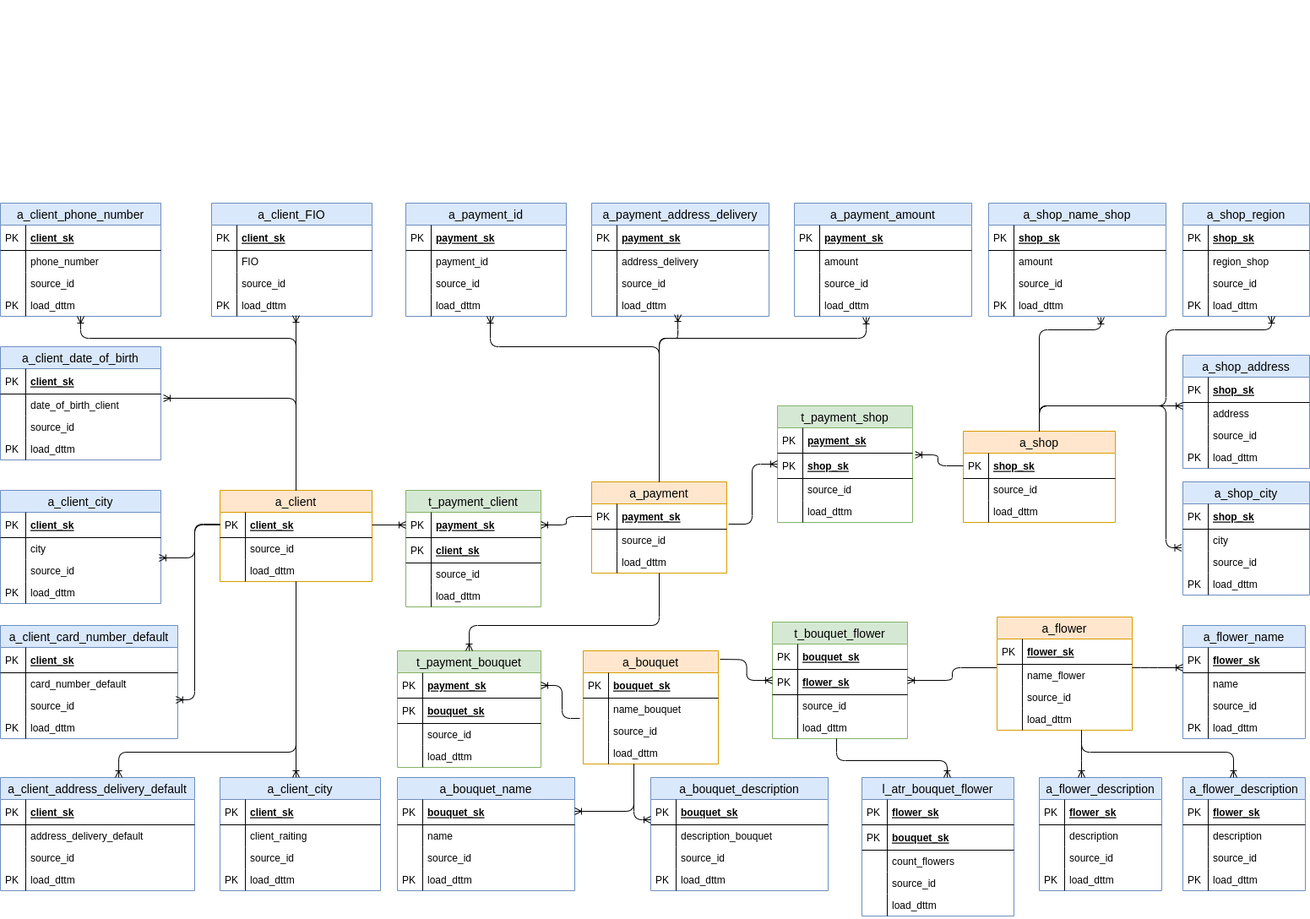
Before: доставка цветов-Anchor modeling.drawio.png, a diagram exported from draw.io (PPPirogov/Karpov_course). Source tidied: cells renumbered, new cells last; positions are measured from the earlier drawing's top-left corner, leaving out a move shared by most shapes.
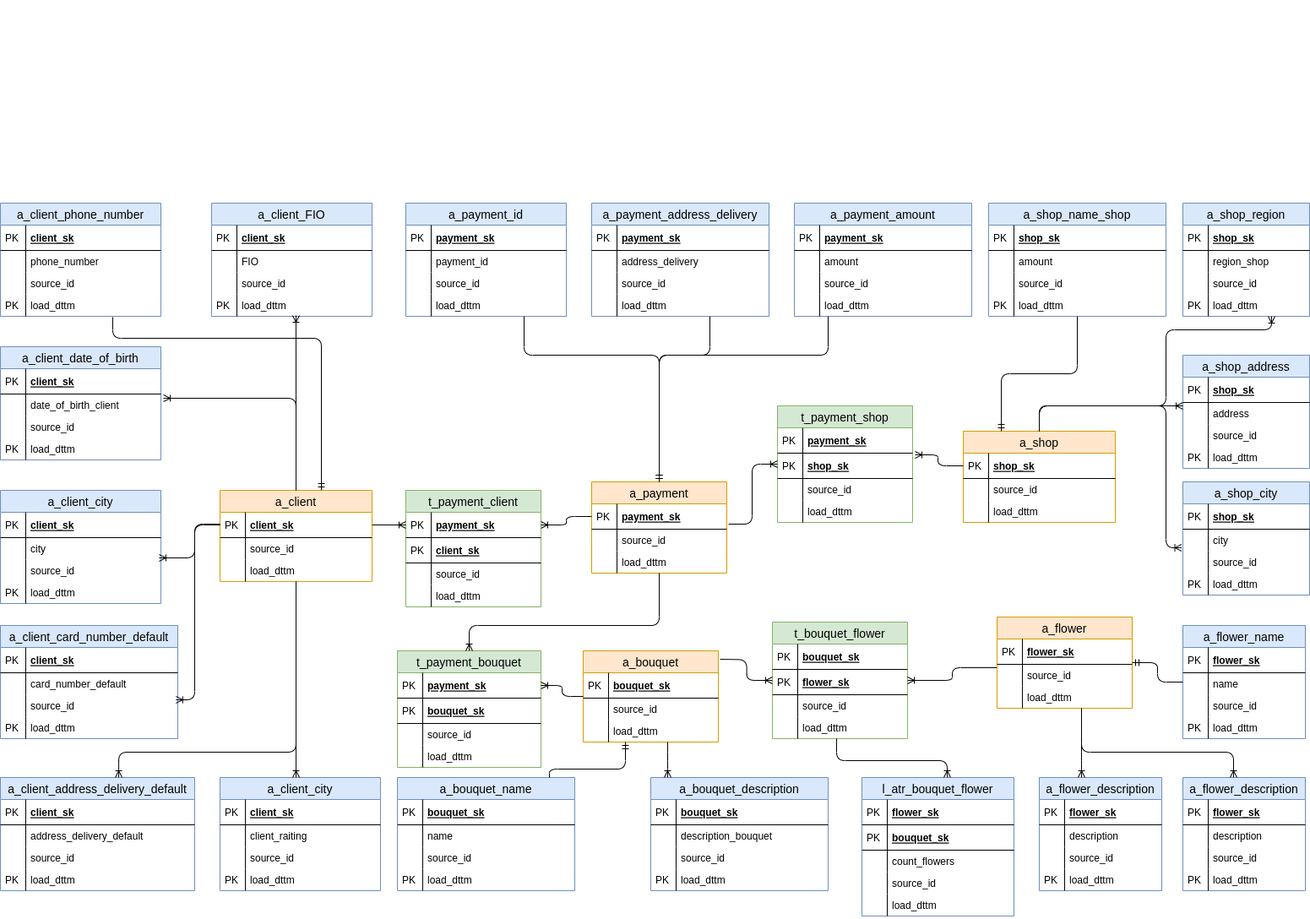
Later version of the same file.

What changed in the source:
```diff
@@ -222,14 +222,6 @@
         </Array>
       </mxGeometry>
     </mxCell>
-    <mxCell id="74" style="edgeStyle=orthogonalEdgeStyle;fontSize=12;html=1;endArrow=ERoneToMany;elbow=vertical;exitX=0.5;exitY=0;exitDx=0;exitDy=0;" parent="1" edge="1" source="2" target="16">
-      <mxGeometry relative="1" as="geometry">
-        <Array as="points">
-          <mxPoint x="350" y="400" />
-          <mxPoint x="95" y="400" />
-        </Array>
-      </mxGeometry>
-    </mxCell>
     <mxCell id="75" style="fontSize=12;html=1;endArrow=ERoneToMany;elbow=vertical;entryX=0.989;entryY=0.923;entryDx=0;entryDy=0;entryPerimeter=0;exitX=0;exitY=0.5;exitDx=0;exitDy=0;edgeStyle=orthogonalEdgeStyle;" parent="1" edge="1" source="3" target="39">
       <mxGeometry relative="1" as="geometry">
         <Array as="points">
@@ -341,14 +333,6 @@
     <mxCell id="105" style="shape=partialRectangle;top=0;left=0;bottom=0;fillColor=none;align=left;verticalAlign=top;spacingLeft=4;spacingRight=4;overflow=hidden;fontSize=12;" parent="104" vertex="1">
       <mxGeometry width="30" height="26" as="geometry" />
     </mxCell>
-    <mxCell id="106" style="fontSize=12;html=1;endArrow=ERoneToMany;elbow=vertical;edgeStyle=orthogonalEdgeStyle;" parent="1" edge="1" source="88" target="97">
-      <mxGeometry relative="1" as="geometry">
-        <Array as="points">
-          <mxPoint x="780" y="410" />
-          <mxPoint x="580" y="410" />
-        </Array>
-      </mxGeometry>
-    </mxCell>
     <mxCell id="107" value="a_payment_address_delivery" style="swimlane;fontStyle=0;horizontal=1;startSize=26;fillColor=#dae8fc;swimlaneFillColor=#ffffff;align=center;fontSize=14;strokeColor=#6c8ebf;" parent="1" vertex="1">
       <mxGeometry x="700" y="240" width="210" height="134" as="geometry" />
     </mxCell>
@@ -376,14 +360,6 @@
     <mxCell id="115" style="shape=partialRectangle;top=0;left=0;bottom=0;fillColor=none;align=left;verticalAlign=top;spacingLeft=4;spacingRight=4;overflow=hidden;fontSize=12;" parent="114" vertex="1">
       <mxGeometry width="30" height="26" as="geometry" />
     </mxCell>
-    <mxCell id="116" style="fontSize=12;html=1;endArrow=ERoneToMany;elbow=vertical;entryX=0.486;entryY=0.923;entryDx=0;entryDy=0;entryPerimeter=0;exitX=0.5;exitY=0;exitDx=0;exitDy=0;edgeStyle=orthogonalEdgeStyle;" parent="1" edge="1" source="88" target="114">
-      <mxGeometry relative="1" as="geometry">
-        <Array as="points">
-          <mxPoint x="795" y="400" />
-          <mxPoint x="842" y="400" />
-        </Array>
-      </mxGeometry>
-    </mxCell>
     <mxCell id="117" value="a_payment_amount" style="swimlane;fontStyle=0;horizontal=1;startSize=26;fillColor=#dae8fc;swimlaneFillColor=#ffffff;align=center;fontSize=14;strokeColor=#6c8ebf;" parent="1" vertex="1">
       <mxGeometry x="940" y="240" width="210" height="134" as="geometry" />
     </mxCell>
@@ -411,14 +387,6 @@
     <mxCell id="125" style="shape=partialRectangle;top=0;left=0;bottom=0;fillColor=none;align=left;verticalAlign=top;spacingLeft=4;spacingRight=4;overflow=hidden;fontSize=12;" parent="124" vertex="1">
       <mxGeometry width="30" height="26" as="geometry" />
     </mxCell>
-    <mxCell id="126" style="fontSize=12;html=1;endArrow=ERoneToMany;elbow=vertical;entryX=0.405;entryY=1.038;entryDx=0;entryDy=0;exitX=0.5;exitY=0;exitDx=0;exitDy=0;edgeStyle=orthogonalEdgeStyle;entryPerimeter=0;" parent="1" edge="1" source="88" target="124">
-      <mxGeometry relative="1" as="geometry">
-        <Array as="points">
-          <mxPoint x="780" y="400" />
-          <mxPoint x="1025" y="400" />
-        </Array>
-      </mxGeometry>
-    </mxCell>
     <mxCell id="127" value="t_payment_shop" style="swimlane;fontStyle=0;horizontal=1;startSize=26;fillColor=#d5e8d4;swimlaneFillColor=#ffffff;align=center;fontSize=14;strokeColor=#82b366;" parent="1" vertex="1">
       <mxGeometry x="920" y="480" width="160" height="138" as="geometry" />
     </mxCell>
@@ -500,14 +468,6 @@
     <mxCell id="153" value="PK" style="shape=partialRectangle;top=0;left=0;bottom=0;fillColor=none;align=left;verticalAlign=top;spacingLeft=4;spacingRight=4;overflow=hidden;fontSize=12;" parent="152" vertex="1">
       <mxGeometry width="30" height="26" as="geometry" />
     </mxCell>
-    <mxCell id="154" style="fontSize=12;html=1;endArrow=ERoneToMany;elbow=vertical;edgeStyle=orthogonalEdgeStyle;entryX=0.633;entryY=1.038;entryDx=0;entryDy=0;entryPerimeter=0;" parent="1" edge="1" source="136" target="152">
-      <mxGeometry relative="1" as="geometry">
-        <Array as="points">
-          <mxPoint x="1230" y="390" />
-          <mxPoint x="1303" y="390" />
-        </Array>
-      </mxGeometry>
-    </mxCell>
     <mxCell id="155" value="a_shop_region" style="swimlane;fontStyle=0;horizontal=1;startSize=26;fillColor=#dae8fc;swimlaneFillColor=#ffffff;align=center;fontSize=14;strokeColor=#6c8ebf;" parent="1" vertex="1">
       <mxGeometry x="1400" y="240" width="150" height="134" as="geometry" />
     </mxCell>
@@ -607,7 +567,7 @@
       </mxGeometry>
     </mxCell>
     <mxCell id="184" value="a_bouquet" style="swimlane;fontStyle=0;horizontal=1;startSize=26;fillColor=#ffe6cc;swimlaneFillColor=#ffffff;align=center;fontSize=14;strokeColor=#d79b00;" parent="1" vertex="1">
-      <mxGeometry x="690" y="770" width="160" height="134" as="geometry" />
+      <mxGeometry x="690" y="770" width="160" height="108" as="geometry" />
     </mxCell>
     <mxCell id="185" value="bouquet_sk" style="shape=partialRectangle;top=0;left=0;right=0;bottom=1;align=left;verticalAlign=middle;fillColor=none;spacingLeft=34;spacingRight=4;overflow=hidden;fontStyle=5;fontSize=12;" parent="184" vertex="1">
       <mxGeometry y="26" width="160" height="30" as="geometry" />
@@ -615,20 +575,14 @@
     <mxCell id="186" value="PK" style="shape=partialRectangle;top=0;left=0;bottom=0;fillColor=none;align=left;verticalAlign=middle;spacingLeft=4;spacingRight=4;overflow=hidden;fontSize=12;" parent="185" vertex="1">
       <mxGeometry width="30" height="30" as="geometry" />
     </mxCell>
-    <mxCell id="187" value="name_bouquet" style="shape=partialRectangle;top=0;left=0;right=0;bottom=0;align=left;verticalAlign=top;fillColor=none;spacingLeft=34;spacingRight=4;overflow=hidden;points=[[0,0.5],[1,0.5]];portConstraint=eastwest;fontSize=12;" parent="184" vertex="1">
-      <mxGeometry y="56" width="160" height="26" as="geometry" />
-    </mxCell>
-    <mxCell id="188" style="shape=partialRectangle;top=0;left=0;bottom=0;fillColor=none;align=left;verticalAlign=top;spacingLeft=4;spacingRight=4;overflow=hidden;fontSize=12;" parent="187" vertex="1">
-      <mxGeometry width="30" height="26" as="geometry" />
-    </mxCell>
     <mxCell id="189" value="source_id" style="shape=partialRectangle;top=0;left=0;right=0;bottom=0;align=left;verticalAlign=top;fillColor=none;spacingLeft=34;spacingRight=4;overflow=hidden;fontSize=12;" parent="184" vertex="1">
-      <mxGeometry y="82" width="160" height="26" as="geometry" />
+      <mxGeometry y="56" width="160" height="26" as="geometry" />
     </mxCell>
     <mxCell id="190" style="shape=partialRectangle;top=0;left=0;bottom=0;fillColor=none;align=left;verticalAlign=top;spacingLeft=4;spacingRight=4;overflow=hidden;fontSize=12;" parent="189" vertex="1">
       <mxGeometry width="30" height="26" as="geometry" />
     </mxCell>
     <mxCell id="191" value="load_dttm" style="shape=partialRectangle;top=0;left=0;right=0;bottom=0;align=left;verticalAlign=top;fillColor=none;spacingLeft=34;spacingRight=4;overflow=hidden;fontSize=12;" parent="184" vertex="1">
-      <mxGeometry y="108" width="160" height="26" as="geometry" />
+      <mxGeometry y="82" width="160" height="26" as="geometry" />
     </mxCell>
     <mxCell id="192" style="shape=partialRectangle;top=0;left=0;bottom=0;fillColor=none;align=left;verticalAlign=top;spacingLeft=4;spacingRight=4;overflow=hidden;fontSize=12;" parent="191" vertex="1">
       <mxGeometry width="30" height="26" as="geometry" />
@@ -668,7 +622,7 @@
         </Array>
       </mxGeometry>
     </mxCell>
-    <mxCell id="203" style="edgeStyle=orthogonalEdgeStyle;fontSize=12;html=1;endArrow=ERoneToMany;elbow=vertical;exitX=-0.025;exitY=0.923;exitDx=0;exitDy=0;exitPerimeter=0;" parent="1" edge="1" source="187" target="194">
+    <mxCell id="203" style="edgeStyle=orthogonalEdgeStyle;fontSize=12;html=1;endArrow=ERoneToMany;elbow=vertical;" parent="1" edge="1" source="184" target="194">
       <mxGeometry relative="1" as="geometry" />
     </mxCell>
     <mxCell id="204" value="a_bouquet_name" style="swimlane;fontStyle=0;horizontal=1;startSize=26;fillColor=#dae8fc;swimlaneFillColor=#ffffff;align=center;fontSize=14;strokeColor=#6c8ebf;" parent="1" vertex="1">
@@ -698,13 +652,6 @@
     <mxCell id="212" value="PK" style="shape=partialRectangle;top=0;left=0;bottom=0;fillColor=none;align=left;verticalAlign=top;spacingLeft=4;spacingRight=4;overflow=hidden;fontSize=12;" parent="211" vertex="1">
       <mxGeometry width="30" height="26" as="geometry" />
     </mxCell>
-    <mxCell id="213" style="edgeStyle=orthogonalEdgeStyle;fontSize=12;html=1;endArrow=ERoneToMany;elbow=vertical;" parent="1" edge="1" source="184" target="204">
-      <mxGeometry relative="1" as="geometry">
-        <Array as="points">
-          <mxPoint x="750" y="960" />
-        </Array>
-      </mxGeometry>
-    </mxCell>
     <mxCell id="214" value="a_bouquet_description" style="swimlane;fontStyle=0;horizontal=1;startSize=26;fillColor=#dae8fc;swimlaneFillColor=#ffffff;align=center;fontSize=14;strokeColor=#6c8ebf;" parent="1" vertex="1">
       <mxGeometry x="770" y="920" width="210" height="134" as="geometry" />
     </mxCell>
@@ -735,7 +682,8 @@
     <mxCell id="223" style="edgeStyle=orthogonalEdgeStyle;fontSize=12;html=1;endArrow=ERoneToMany;elbow=vertical;" parent="1" edge="1" source="184" target="214">
       <mxGeometry relative="1" as="geometry">
         <Array as="points">
-          <mxPoint x="750" y="970" />
+          <mxPoint x="790" y="900" />
+          <mxPoint x="790" y="900" />
         </Array>
       </mxGeometry>
     </mxCell>
@@ -829,7 +777,7 @@
       </mxGeometry>
     </mxCell>
     <mxCell id="248" value="a_flower" style="swimlane;fontStyle=0;horizontal=1;startSize=26;fillColor=#ffe6cc;swimlaneFillColor=#ffffff;align=center;fontSize=14;strokeColor=#d79b00;" parent="1" vertex="1">
-      <mxGeometry x="1180" y="730" width="160" height="134" as="geometry" />
+      <mxGeometry x="1180" y="730" width="160" height="108" as="geometry" />
     </mxCell>
     <mxCell id="249" value="flower_sk" style="shape=partialRectangle;top=0;left=0;right=0;bottom=1;align=left;verticalAlign=middle;fillColor=none;spacingLeft=34;spacingRight=4;overflow=hidden;fontStyle=5;fontSize=12;" parent="248" vertex="1">
       <mxGeometry y="26" width="160" height="30" as="geometry" />
@@ -837,20 +785,14 @@
     <mxCell id="250" value="PK" style="shape=partialRectangle;top=0;left=0;bottom=0;fillColor=none;align=left;verticalAlign=middle;spacingLeft=4;spacingRight=4;overflow=hidden;fontSize=12;" parent="249" vertex="1">
       <mxGeometry width="30" height="30" as="geometry" />
     </mxCell>
-    <mxCell id="251" value="name_flower" style="shape=partialRectangle;top=0;left=0;right=0;bottom=0;align=left;verticalAlign=top;fillColor=none;spacingLeft=34;spacingRight=4;overflow=hidden;fontSize=12;" parent="248" vertex="1">
-      <mxGeometry y="56" width="160" height="26" as="geometry" />
-    </mxCell>
-    <mxCell id="252" style="shape=partialRectangle;top=0;left=0;bottom=0;fillColor=none;align=left;verticalAlign=top;spacingLeft=4;spacingRight=4;overflow=hidden;fontSize=12;" parent="251" vertex="1">
-      <mxGeometry width="30" height="26" as="geometry" />
-    </mxCell>
     <mxCell id="253" value="source_id" style="shape=partialRectangle;top=0;left=0;right=0;bottom=0;align=left;verticalAlign=top;fillColor=none;spacingLeft=34;spacingRight=4;overflow=hidden;fontSize=12;" parent="248" vertex="1">
-      <mxGeometry y="82" width="160" height="26" as="geometry" />
+      <mxGeometry y="56" width="160" height="26" as="geometry" />
     </mxCell>
     <mxCell id="254" style="shape=partialRectangle;top=0;left=0;bottom=0;fillColor=none;align=left;verticalAlign=top;spacingLeft=4;spacingRight=4;overflow=hidden;fontSize=12;" parent="253" vertex="1">
       <mxGeometry width="30" height="26" as="geometry" />
     </mxCell>
     <mxCell id="255" value="load_dttm" style="shape=partialRectangle;top=0;left=0;right=0;bottom=0;align=left;verticalAlign=top;fillColor=none;spacingLeft=34;spacingRight=4;overflow=hidden;fontSize=12;" parent="248" vertex="1">
-      <mxGeometry y="108" width="160" height="26" as="geometry" />
+      <mxGeometry y="82" width="160" height="26" as="geometry" />
     </mxCell>
     <mxCell id="256" style="shape=partialRectangle;top=0;left=0;bottom=0;fillColor=none;align=left;verticalAlign=top;spacingLeft=4;spacingRight=4;overflow=hidden;fontSize=12;" parent="255" vertex="1">
       <mxGeometry width="30" height="26" as="geometry" />
@@ -882,14 +824,6 @@
     <mxCell id="265" value="PK" style="shape=partialRectangle;top=0;left=0;bottom=0;fillColor=none;align=left;verticalAlign=top;spacingLeft=4;spacingRight=4;overflow=hidden;fontSize=12;" parent="264" vertex="1">
       <mxGeometry width="30" height="26" as="geometry" />
     </mxCell>
-    <mxCell id="266" style="fontSize=12;html=1;endArrow=ERoneToMany;elbow=vertical;edgeStyle=orthogonalEdgeStyle;" parent="1" edge="1" source="248" target="257">
-      <mxGeometry relative="1" as="geometry">
-        <Array as="points">
-          <mxPoint x="1360" y="790" />
-          <mxPoint x="1360" y="790" />
-        </Array>
-      </mxGeometry>
-    </mxCell>
     <mxCell id="267" value="&amp;nbsp;" style="text;whiteSpace=wrap;html=1;" parent="1" vertex="1">
       <mxGeometry x="450" width="560" height="110" as="geometry" />
     </mxCell>
@@ -963,5 +897,51 @@
         </Array>
       </mxGeometry>
     </mxCell>
+    <mxCell id="288" style="fontSize=12;html=1;endArrow=ERmandOne;exitX=0.7;exitY=1.038;exitDx=0;exitDy=0;edgeStyle=orthogonalEdgeStyle;exitPerimeter=0;" parent="1" edge="1" source="16" target="2">
+      <mxGeometry relative="1" as="geometry">
+        <Array as="points">
+          <mxPoint x="133" y="400" />
+          <mxPoint x="380" y="400" />
+        </Array>
+      </mxGeometry>
+    </mxCell>
+    <mxCell id="289" style="fontSize=12;html=1;endArrow=ERmandOne;edgeStyle=orthogonalEdgeStyle;" parent="1" edge="1" source="97" target="88">
+      <mxGeometry relative="1" as="geometry">
+        <Array as="points">
+          <mxPoint x="620" y="420" />
+          <mxPoint x="780" y="420" />
+        </Array>
+      </mxGeometry>
+    </mxCell>
+    <mxCell id="290" style="fontSize=12;html=1;endArrow=ERmandOne;edgeStyle=orthogonalEdgeStyle;" parent="1" edge="1" source="107" target="88">
+      <mxGeometry relative="1" as="geometry">
+        <Array as="points">
+          <mxPoint x="840" y="420" />
+          <mxPoint x="780" y="420" />
+        </Array>
+      </mxGeometry>
+    </mxCell>
+    <mxCell id="291" style="fontSize=12;html=1;endArrow=ERmandOne;edgeStyle=orthogonalEdgeStyle;" parent="1" edge="1" source="117" target="88">
+      <mxGeometry relative="1" as="geometry">
+        <Array as="points">
+          <mxPoint x="980" y="420" />
+          <mxPoint x="780" y="420" />
+        </Array>
+      </mxGeometry>
+    </mxCell>
+    <mxCell id="292" style="fontSize=12;html=1;endArrow=ERmandOne;edgeStyle=orthogonalEdgeStyle;" parent="1" edge="1" source="204" target="184">
+      <mxGeometry relative="1" as="geometry">
+        <Array as="points">
+          <mxPoint x="650" y="910" />
+          <mxPoint x="740" y="910" />
+        </Array>
+      </mxGeometry>
+    </mxCell>
+    <mxCell id="293" style="fontSize=12;html=1;endArrow=ERmandOne;edgeStyle=orthogonalEdgeStyle;" parent="1" edge="1" source="257" target="248">
+      <mxGeometry relative="1" as="geometry" />
+    </mxCell>
+    <mxCell id="294" style="fontSize=12;html=1;endArrow=ERmandOne;edgeStyle=orthogonalEdgeStyle;entryX=0.25;entryY=0;entryDx=0;entryDy=0;" parent="1" edge="1" source="145" target="136">
+      <mxGeometry relative="1" as="geometry" />
+    </mxCell>
   </root>
 </mxGraphModel>
```
